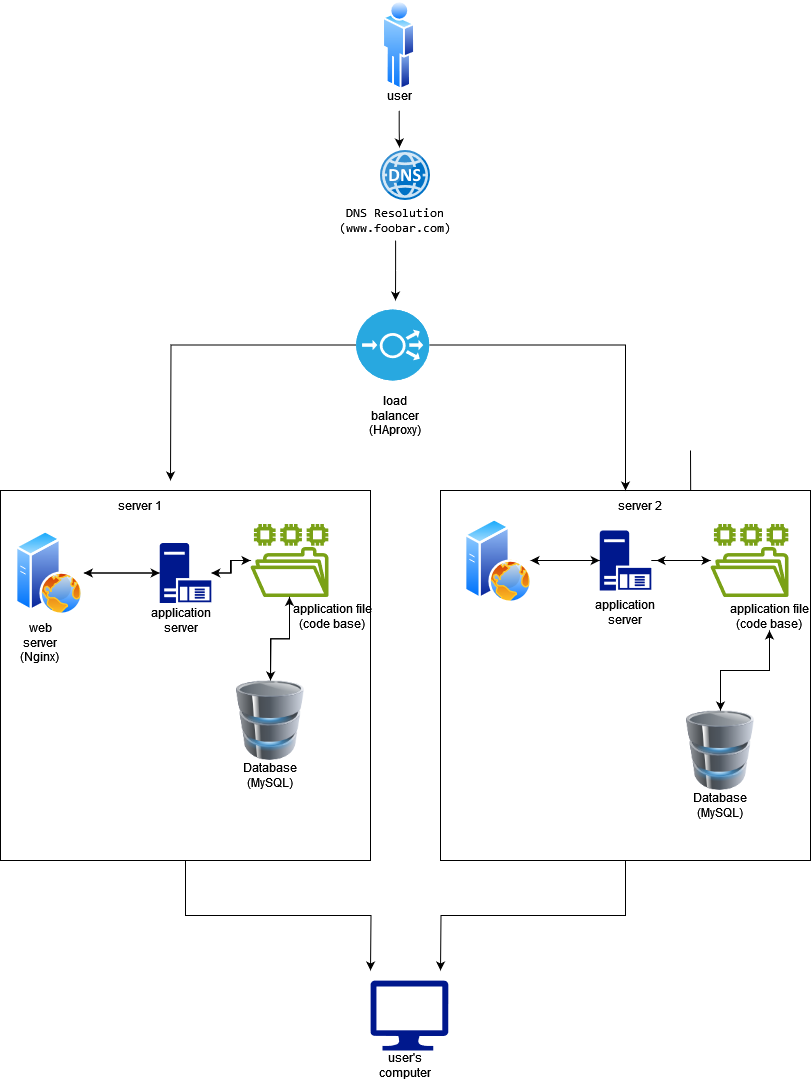
vincetoby/alx-system_engineering-devops keeps this draw.io diagram as 0x09-web_infrastructure_design/1-distributed_web_infrastructure.png. Above is the earlier version. Source tidied: cells renumbered, new cells last; positions are measured from the earlier drawing's top-left corner, leaving out a move shared by most shapes.
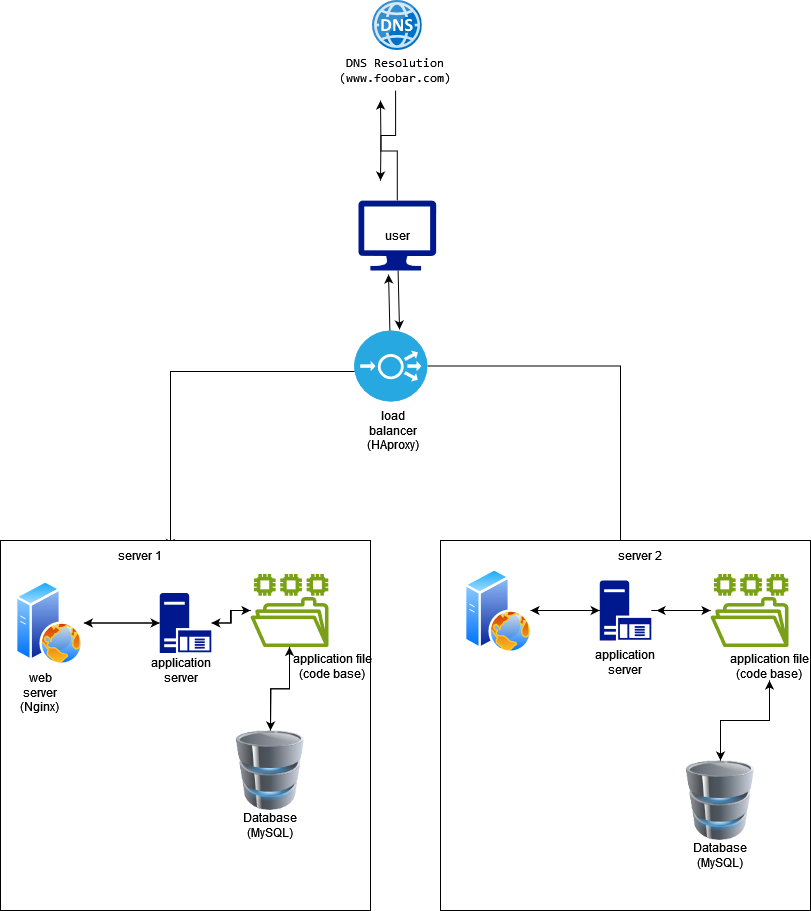
The same file after the commit.

The edit, as a diff of the source:
```diff
@@ -2,36 +2,27 @@
   <root>
     <mxCell id="0" />
     <mxCell id="1" parent="0" />
+    <mxCell id="48" style="edgeStyle=orthogonalEdgeStyle;rounded=0;jettySize=auto;html=1;entryX=0.167;entryY=0.333;entryDx=0;entryDy=0;entryPerimeter=0;" parent="1" edge="1" source="33" target="12">
+      <mxGeometry relative="1" as="geometry" />
+    </mxCell>
+    <mxCell id="49" style="edgeStyle=orthogonalEdgeStyle;rounded=0;jettySize=auto;html=1;entryX=1;entryY=0.25;entryDx=0;entryDy=0;" parent="1" edge="1" target="11">
+      <mxGeometry relative="1" as="geometry">
+        <mxPoint x="353.8" y="320" as="sourcePoint" />
+        <Array as="points">
+          <mxPoint x="354" y="321" />
+          <mxPoint x="170" y="321" />
+        </Array>
+      </mxGeometry>
+    </mxCell>
     <mxCell id="2" style="image;sketch=0;html=1;points=[];align=center;fontSize=12;image=img/lib/mscae/DNS.svg;" parent="1" vertex="1">
-      <mxGeometry x="380" y="150" width="50" height="50" as="geometry" />
+      <mxGeometry x="371.8" y="-50" width="50" height="50" as="geometry" />
     </mxCell>
-    <mxCell id="3" style="edgeStyle=orthogonalEdgeStyle;rounded=0;jettySize=auto;html=1;exitX=0.75;exitY=1;exitDx=0;exitDy=0;" parent="1" edge="1" target="28">
-      <mxGeometry relative="1" as="geometry">
-        <mxPoint x="690" y="450" as="sourcePoint" />
-      </mxGeometry>
-    </mxCell>
-    <mxCell id="4" value="&lt;div&gt;user's&lt;br&gt;&lt;/div&gt;&lt;div&gt;computer&lt;br&gt;&lt;/div&gt;" style="text;strokeColor=none;align=center;fillColor=none;html=1;verticalAlign=middle;whiteSpace=wrap;rounded=0;" parent="1" vertex="1">
-      <mxGeometry x="375" y="1050" width="60" height="30" as="geometry" />
-    </mxCell>
-    <mxCell id="5" style="image;perimeter=ellipsePerimeter;html=1;align=center;shadow=0;dashed=0;spacingTop=3;image=img/lib/active_directory/user.svg;" parent="1" vertex="1">
-      <mxGeometry x="382" width="33.3" height="90" as="geometry" />
-    </mxCell>
     <mxCell id="6" value="user" style="text;strokeColor=none;align=center;fillColor=none;html=1;verticalAlign=middle;whiteSpace=wrap;rounded=0;" parent="1" vertex="1">
-      <mxGeometry x="368.6" y="80" width="60" height="30" as="geometry" />
+      <mxGeometry x="366.8" y="170" width="60" height="30" as="geometry" />
     </mxCell>
-    <mxCell id="7" style="edgeStyle=orthogonalEdgeStyle;rounded=0;jettySize=auto;html=1;" parent="1" edge="1" source="8">
-      <mxGeometry relative="1" as="geometry">
-        <mxPoint x="370" y="970" as="targetPoint" />
-      </mxGeometry>
-    </mxCell>
     <mxCell id="8" style="whiteSpace=wrap;html=1;" parent="1" vertex="1">
       <mxGeometry y="490" width="370" height="370" as="geometry" />
     </mxCell>
-    <mxCell id="9" style="edgeStyle=orthogonalEdgeStyle;rounded=0;jettySize=auto;html=1;" parent="1" edge="1" source="10">
-      <mxGeometry relative="1" as="geometry">
-        <mxPoint x="440" y="970" as="targetPoint" />
-      </mxGeometry>
-    </mxCell>
     <mxCell id="10" style="whiteSpace=wrap;html=1;" parent="1" vertex="1">
       <mxGeometry x="440" y="490" width="370" height="370" as="geometry" />
     </mxCell>
@@ -99,36 +90,30 @@
     <mxCell id="30" value="application server" style="text;strokeColor=none;align=center;fillColor=none;html=1;verticalAlign=middle;whiteSpace=wrap;rounded=0;" parent="1" vertex="1">
       <mxGeometry x="595" y="596.5" width="60" height="30" as="geometry" />
     </mxCell>
-    <mxCell id="31" style="edgeStyle=orthogonalEdgeStyle;rounded=0;jettySize=auto;html=1;" parent="1" edge="1" source="33" target="10">
-      <mxGeometry relative="1" as="geometry" />
-    </mxCell>
-    <mxCell id="32" style="edgeStyle=orthogonalEdgeStyle;rounded=0;jettySize=auto;html=1;" parent="1" edge="1" source="33">
-      <mxGeometry relative="1" as="geometry">
-        <mxPoint x="170" y="480" as="targetPoint" />
-      </mxGeometry>
-    </mxCell>
     <mxCell id="33" style="fillColor=#28A8E0;verticalLabelPosition=bottom;sketch=0;html=1;strokeColor=#ffffff;verticalAlign=top;align=center;points=[[0.145,0.145,0],[0.5,0,0],[0.855,0.145,0],[1,0.5,0],[0.855,0.855,0],[0.5,1,0],[0.145,0.855,0],[0,0.5,0]];shape=mxgraph.cisco_safe.compositeIcon;bgIcon=ellipse;resIcon=mxgraph.cisco_safe.capability.load_balancer;" parent="1" vertex="1">
-      <mxGeometry x="355.6" y="309" width="73" height="71" as="geometry" />
+      <mxGeometry x="353.8" y="280" width="73" height="71" as="geometry" />
     </mxCell>
     <mxCell id="34" value="&lt;div&gt;load balancer&lt;/div&gt;&lt;div&gt;(HAproxy)&lt;/div&gt;" style="text;strokeColor=none;align=center;fillColor=none;html=1;verticalAlign=middle;whiteSpace=wrap;rounded=0;" parent="1" vertex="1">
-      <mxGeometry x="360" y="395" width="70" height="40" as="geometry" />
+      <mxGeometry x="357.9" y="360" width="70" height="40" as="geometry" />
     </mxCell>
     <mxCell id="35" style="edgeStyle=orthogonalEdgeStyle;rounded=0;jettySize=auto;html=1;entryX=0;entryY=0.5;entryDx=0;entryDy=0;entryPerimeter=0;" parent="1" edge="1" source="13" target="17">
       <mxGeometry relative="1" as="geometry" />
     </mxCell>
-    <mxCell id="36" style="edgeStyle=orthogonalEdgeStyle;rounded=0;jettySize=auto;html=1;" parent="1" edge="1" source="37">
-      <mxGeometry relative="1" as="geometry">
-        <mxPoint x="395" y="300" as="targetPoint" />
-      </mxGeometry>
-    </mxCell>
+    <mxCell id="50" style="edgeStyle=orthogonalEdgeStyle;rounded=0;jettySize=auto;html=1;" parent="1" edge="1" source="37">
+      <mxGeometry relative="1" as="geometry">
+        <mxPoint x="380" y="130" as="targetPoint" />
+      </mxGeometry>
+    </mxCell>
     <mxCell id="37" value="&lt;pre&gt;&lt;code class=&quot;!whitespace-pre hljs language-plaintext&quot;&gt;DNS Resolution&lt;br&gt;(www.foobar.com)&lt;/code&gt;&lt;/pre&gt;" style="text;strokeColor=none;align=center;fillColor=none;html=1;verticalAlign=middle;whiteSpace=wrap;rounded=0;" parent="1" vertex="1">
-      <mxGeometry x="326.2" y="200" width="137.5" height="40" as="geometry" />
+      <mxGeometry x="326.2" width="137.5" height="40" as="geometry" />
     </mxCell>
-    <mxCell id="38" style="edgeStyle=orthogonalEdgeStyle;rounded=0;jettySize=auto;html=1;entryX=0.38;entryY=-0.06;entryDx=0;entryDy=0;entryPerimeter=0;" parent="1" edge="1" source="6" target="2">
-      <mxGeometry relative="1" as="geometry" />
-    </mxCell>
+    <mxCell id="51" style="edgeStyle=orthogonalEdgeStyle;rounded=0;jettySize=auto;html=1;" parent="1" edge="1" source="39">
+      <mxGeometry relative="1" as="geometry">
+        <mxPoint x="380" y="50" as="targetPoint" />
+      </mxGeometry>
+    </mxCell>
     <mxCell id="39" style="sketch=0;shadow=0;dashed=0;html=1;strokeColor=none;labelPosition=center;verticalLabelPosition=bottom;verticalAlign=top;align=center;fillColor=#00188D;shape=mxgraph.azure.computer;" parent="1" vertex="1">
-      <mxGeometry x="370" y="980" width="77.8" height="70" as="geometry" />
+      <mxGeometry x="357.9" y="150" width="77.8" height="70" as="geometry" />
     </mxCell>
     <mxCell id="40" style="edgeStyle=orthogonalEdgeStyle;rounded=0;jettySize=auto;html=1;entryX=0;entryY=0.5;entryDx=0;entryDy=0;entryPerimeter=0;" parent="1" edge="1" source="14" target="20">
       <mxGeometry relative="1" as="geometry" />
@@ -154,5 +139,11 @@
     <mxCell id="47" value="&lt;div&gt;Database&lt;/div&gt;&lt;div&gt;(MySQL)&lt;br&gt;&lt;/div&gt;" style="text;strokeColor=none;align=center;fillColor=none;html=1;verticalAlign=middle;whiteSpace=wrap;rounded=0;" parent="1" vertex="1">
       <mxGeometry x="690" y="790" width="60" height="30" as="geometry" />
     </mxCell>
+    <mxCell id="52" style="edgeStyle=none;rounded=0;jettySize=auto;html=1;entryX=0.388;entryY=1.057;entryDx=0;entryDy=0;entryPerimeter=0;" parent="1" edge="1" source="33" target="39">
+      <mxGeometry relative="1" as="geometry" />
+    </mxCell>
+    <mxCell id="53" style="edgeStyle=none;rounded=0;jettySize=auto;html=1;entryX=0.62;entryY=-0.014;entryDx=0;entryDy=0;entryPerimeter=0;" parent="1" edge="1" source="39" target="33">
+      <mxGeometry relative="1" as="geometry" />
+    </mxCell>
   </root>
 </mxGraphModel>
```
